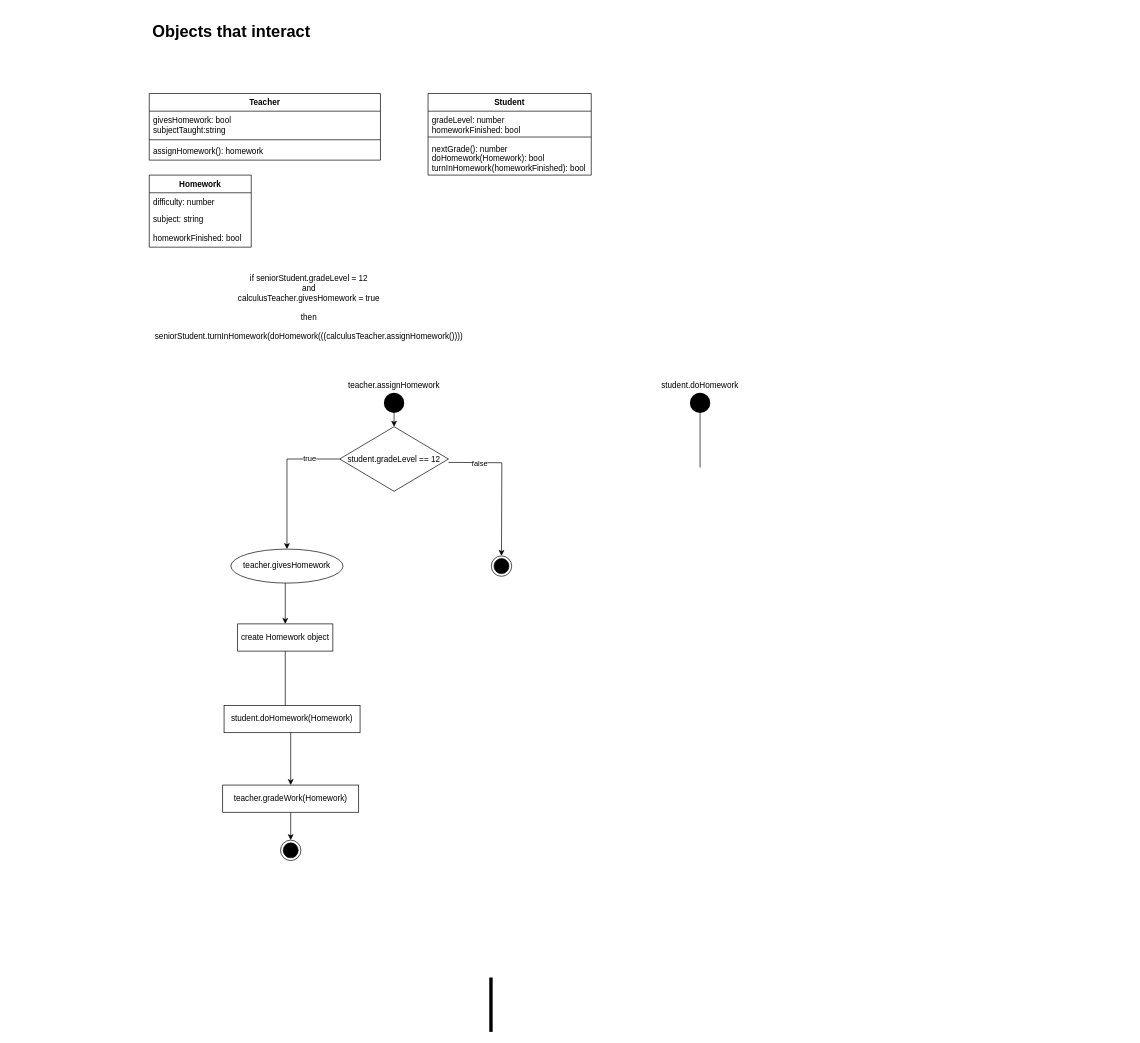
Above: page "Objects that interact" (2 of 2) of CSCS1240Notes.drawio in patrick965/CSCS1240S21 (draw.io), before the change. Source tidied: cells renumbered, new cells numbered last; positions are measured from the earlier drawing's top-left corner, leaving out a move shared by most shapes. Both pictures are drawn from the tidied source at 68%, with x=0, y=0 at pixel (149, 18).
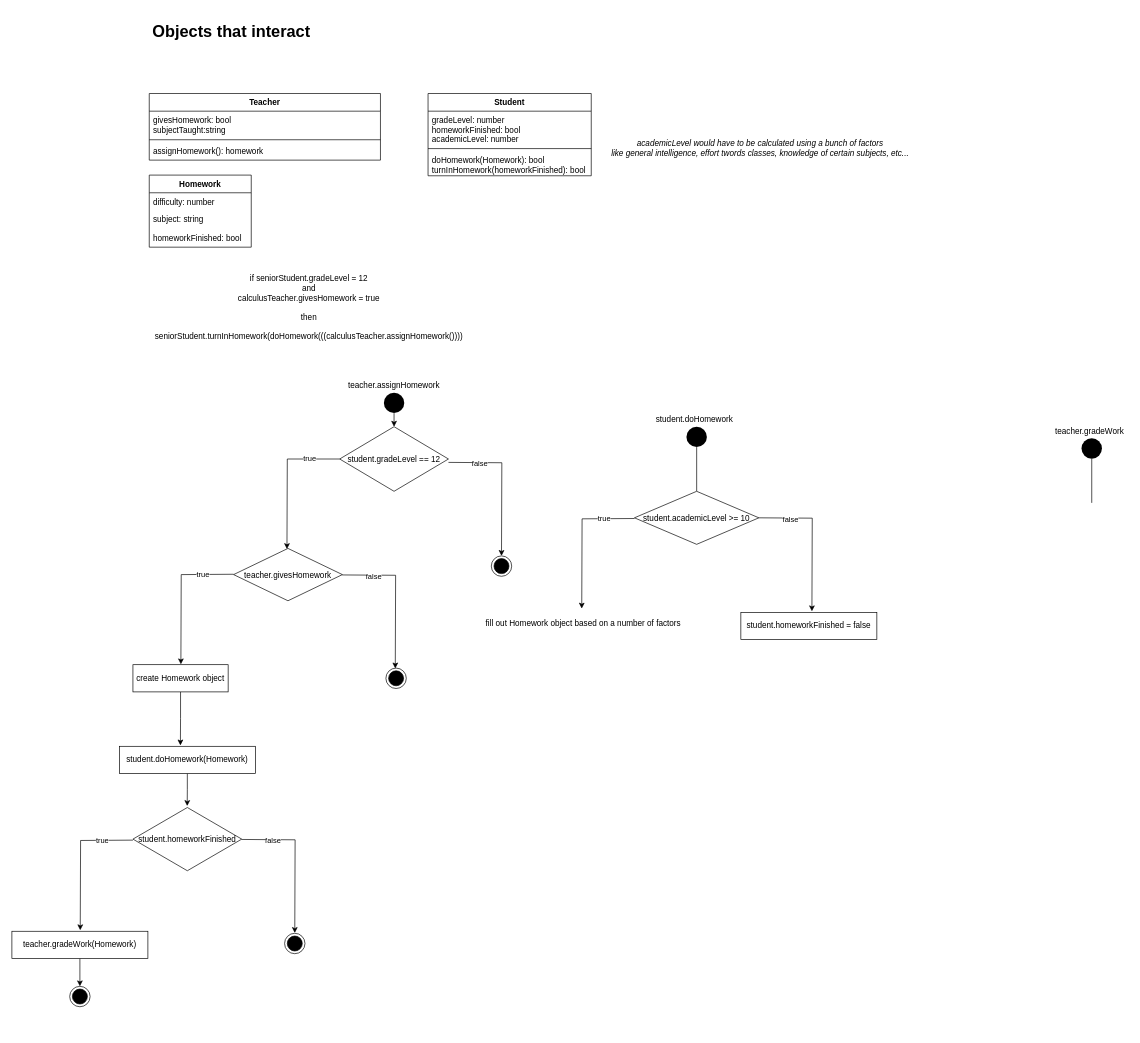
Above is the later version.

The change refers to these unchanged cells:
```xml
<mxCell id="30" value="student.gradeLevel == 12" style="rhombus;sketch=0;fillColor=#FFFFFF;" parent="1" vertex="1">
  <mxGeometry x="280" y="600" width="160" height="95" as="geometry" />
</mxCell>
```

Diff of the diagram source:
```diff
@@
     <mxCell id="7" value="Student" style="swimlane;fontStyle=1;align=center;verticalAlign=top;horizontal=1;startSize=26;" parent="1" vertex="1">
-      <mxGeometry x="410" y="110" width="240" height="120" as="geometry" />
+      <mxGeometry x="410" y="110" width="240" height="121" as="geometry" />
     </mxCell>
-    <mxCell id="8" value="gradeLevel: number&#10;homeworkFinished: bool&#10;" style="text;strokeColor=none;fillColor=none;align=left;verticalAlign=top;spacingLeft=4;spacingRight=4;overflow=hidden;" parent="7" vertex="1">
-      <mxGeometry y="26" width="240" height="34" as="geometry" />
+    <mxCell id="8" value="gradeLevel: number&#10;homeworkFinished: bool&#10;academicLevel: number&#10;&#10;" style="text;strokeColor=none;fillColor=none;align=left;verticalAlign=top;spacingLeft=4;spacingRight=4;overflow=hidden;" parent="7" vertex="1">
+      <mxGeometry y="26" width="240" height="51" as="geometry" />
     </mxCell>
     <mxCell id="9" style="line;strokeWidth=1;fillColor=none;align=left;verticalAlign=middle;spacingTop=-1;spacingLeft=3;spacingRight=3;labelPosition=right;" parent="7" vertex="1">
-      <mxGeometry y="60" width="240" height="8" as="geometry" />
+      <mxGeometry y="77" width="240" height="8" as="geometry" />
     </mxCell>
-    <mxCell id="10" value="nextGrade(): number&#10;doHomework(Homework): bool&#10;turnInHomework(homeworkFinished): bool&#10;" style="text;strokeColor=none;fillColor=none;align=left;verticalAlign=top;spacingLeft=4;spacingRight=4;overflow=hidden;" parent="7" vertex="1">
-      <mxGeometry y="68" width="240" height="52" as="geometry" />
+    <mxCell id="10" value="doHomework(Homework): bool&#10;turnInHomework(homeworkFinished): bool&#10;" style="text;strokeColor=none;fillColor=none;align=left;verticalAlign=top;spacingLeft=4;spacingRight=4;overflow=hidden;" parent="7" vertex="1">
+      <mxGeometry y="85" width="240" height="36" as="geometry" />
     </mxCell>
@@
-    <mxCell id="17" value="teacher.givesHomework" style="ellipse;whiteSpace=wrap;html=1;" parent="1" vertex="1">
-      <mxGeometry x="120" y="780" width="165" height="50" as="geometry" />
-    </mxCell>
-    <mxCell id="18" style="endArrow=classic;html=1;" parent="1" edge="1">
-      <mxGeometry relative="1" as="geometry">
-        <mxPoint x="200" y="830" as="sourcePoint" />
-        <mxPoint x="200" y="890" as="targetPoint" />
-      </mxGeometry>
-    </mxCell>
-    <mxCell id="19" style="edgeStyle=orthogonalEdgeStyle;rounded=0;jettySize=auto;html=1;exitX=0.5;exitY=1;exitDx=0;exitDy=0;entryX=0.5;entryY=0;entryDx=0;entryDy=0;" parent="1" edge="1" source="20" target="24">
-      <mxGeometry relative="1" as="geometry" />
-    </mxCell>
+    <mxCell id="37" style="edgeStyle=orthogonalEdgeStyle;rounded=0;jettySize=auto;html=1;exitX=0.5;exitY=1;exitDx=0;exitDy=0;" parent="1" edge="1" source="20">
+      <mxGeometry relative="1" as="geometry">
+        <mxPoint x="45.8" y="1068.7" as="targetPoint" />
+      </mxGeometry>
+    </mxCell>
     <mxCell id="20" value="create Homework object" style="rounded=0;whiteSpace=wrap;html=1;sketch=0;fillColor=#FFFFFF;" parent="1" vertex="1">
-      <mxGeometry x="130" y="890" width="140" height="40" as="geometry" />
+      <mxGeometry x="-24" y="950" width="140" height="40" as="geometry" />
     </mxCell>
     <mxCell id="21" value="&lt;div&gt;student.doHomework&lt;/div&gt;" style="text;html=1;strokeColor=none;fillColor=none;align=center;verticalAlign=middle;whiteSpace=wrap;rounded=0;" parent="1" vertex="1">
-      <mxGeometry x="790" y="530" width="40" height="20" as="geometry" />
+      <mxGeometry x="746" y="580" width="112" height="20" as="geometry" />
     </mxCell>
     <mxCell id="22" style="endArrow=none;html=1;entryX=0.5;entryY=1;entryDx=0;entryDy=0;" parent="1" edge="1" target="27">
       <mxGeometry relative="1" as="geometry">
-        <mxPoint x="810" y="660" as="sourcePoint" />
+        <mxPoint x="805" y="695" as="sourcePoint" />
       </mxGeometry>
     </mxCell>
@@
     <mxCell id="24" value="teacher.gradeWork(Homework)" style="rounded=0;whiteSpace=wrap;html=1;sketch=0;fillColor=#FFFFFF;" parent="1" vertex="1">
-      <mxGeometry x="108" y="1127" width="200" height="40" as="geometry" />
+      <mxGeometry x="-202" y="1342" width="200" height="40" as="geometry" />
     </mxCell>
@@
     <mxCell id="27" style="ellipse;fillColor=#000000;strokeColor=none;sketch=0;" parent="1" vertex="1">
-      <mxGeometry x="795" y="550" width="30" height="30" as="geometry" />
+      <mxGeometry x="790" y="600" width="30" height="30" as="geometry" />
     </mxCell>
-    <mxCell id="28" style="edgeStyle=orthogonalEdgeStyle;rounded=0;jettySize=auto;html=1;exitX=0;exitY=0.5;exitDx=0;exitDy=0;entryX=0.5;entryY=0;entryDx=0;entryDy=0;" parent="1" edge="1" source="30" target="17">
-      <mxGeometry relative="1" as="geometry" />
+    <mxCell id="28" style="edgeStyle=orthogonalEdgeStyle;rounded=0;jettySize=auto;html=1;exitX=0;exitY=0.5;exitDx=0;exitDy=0;entryX=0.5;entryY=0;entryDx=0;entryDy=0;" parent="1" edge="1" source="30">
+      <mxGeometry relative="1" as="geometry">
+        <mxPoint x="202.5" y="780" as="targetPoint" />
+      </mxGeometry>
     </mxCell>
@@
-    <mxCell id="34" style="html=1;perimeter=orthogonalPerimeter;fillColor=#000000;strokeColor=none;sketch=0;" parent="1" vertex="1">
-      <mxGeometry x="500" y="1410" width="5" height="80" as="geometry" />
-    </mxCell>
+    <mxCell id="38" style="edgeStyle=orthogonalEdgeStyle;rounded=0;jettySize=auto;html=1;exitX=0.5;exitY=1;exitDx=0;exitDy=0;" parent="1" edge="1" source="35">
+      <mxGeometry relative="1" as="geometry">
+        <mxPoint x="55.8" y="1157.8" as="targetPoint" />
+      </mxGeometry>
+    </mxCell>
     <mxCell id="35" value="student.doHomework(Homework)" style="rounded=0;whiteSpace=wrap;html=1;sketch=0;fillColor=#FFFFFF;" parent="1" vertex="1">
-      <mxGeometry x="110" y="1010" width="200" height="40" as="geometry" />
+      <mxGeometry x="-44" y="1070" width="200" height="40" as="geometry" />
     </mxCell>
     <mxCell id="36" style="ellipse;html=1;shape=endState;fillColor=#000000;strokeColor=#000000;sketch=0;" parent="1" vertex="1">
-      <mxGeometry x="193" y="1208" width="30" height="30" as="geometry" />
+      <mxGeometry x="-117" y="1423" width="30" height="30" as="geometry" />
     </mxCell>
+    <mxCell id="17" value="teacher.givesHomework" style="rhombus;sketch=0;fillColor=#FFFFFF;" parent="1" vertex="1">
+      <mxGeometry x="124" y="779" width="160" height="77" as="geometry" />
+    </mxCell>
+    <mxCell id="39" style="edgeStyle=orthogonalEdgeStyle;rounded=0;orthogonalLoop=1;jettySize=auto;html=1;exitX=0;exitY=0.5;exitDx=0;exitDy=0;entryX=0.5;entryY=0;entryDx=0;entryDy=0;" parent="1" edge="1">
+      <mxGeometry relative="1" as="geometry">
+        <mxPoint x="124" y="817" as="sourcePoint" />
+        <mxPoint x="46.5" y="949.5" as="targetPoint" />
+      </mxGeometry>
+    </mxCell>
+    <mxCell id="40" value="true" style="edgeLabel;html=1;align=center;verticalAlign=middle;" parent="39" vertex="1">
+      <mxGeometry x="-0.57" y="-1" relative="1" as="geometry" />
+    </mxCell>
+    <mxCell id="41" style="edgeStyle=orthogonalEdgeStyle;rounded=0;orthogonalLoop=1;jettySize=auto;html=1;exitX=0;exitY=0.5;exitDx=0;exitDy=0;" parent="1" edge="1">
+      <mxGeometry relative="1" as="geometry">
+        <mxPoint x="283.8" y="818" as="sourcePoint" />
+        <mxPoint x="361.8" y="955.5" as="targetPoint" />
+      </mxGeometry>
+    </mxCell>
+    <mxCell id="42" value="false" style="edgeLabel;html=1;align=center;verticalAlign=middle;" parent="41" vertex="1">
+      <mxGeometry x="-0.57" y="-1" relative="1" as="geometry" />
+    </mxCell>
+    <mxCell id="43" style="ellipse;html=1;shape=endState;fillColor=#000000;strokeColor=#000000;sketch=0;" parent="1" vertex="1">
+      <mxGeometry x="348" y="955" width="30" height="30" as="geometry" />
+    </mxCell>
+    <mxCell id="44" value="student.homeworkFinished" style="rhombus;sketch=0;fillColor=#FFFFFF;" parent="1" vertex="1">
+      <mxGeometry x="-24" y="1160" width="160" height="93" as="geometry" />
+    </mxCell>
+    <mxCell id="45" style="edgeStyle=orthogonalEdgeStyle;rounded=0;orthogonalLoop=1;jettySize=auto;html=1;exitX=0;exitY=0.5;exitDx=0;exitDy=0;entryX=0.5;entryY=0;entryDx=0;entryDy=0;" parent="1" edge="1">
+      <mxGeometry relative="1" as="geometry">
+        <mxPoint x="-24" y="1208" as="sourcePoint" />
+        <mxPoint x="-101.5" y="1340.5" as="targetPoint" />
+      </mxGeometry>
+    </mxCell>
+    <mxCell id="46" value="true" style="edgeLabel;html=1;align=center;verticalAlign=middle;" parent="45" vertex="1">
+      <mxGeometry x="-0.57" y="-1" relative="1" as="geometry" />
+    </mxCell>
+    <mxCell id="47" style="edgeStyle=orthogonalEdgeStyle;rounded=0;orthogonalLoop=1;jettySize=auto;html=1;exitX=0;exitY=0.5;exitDx=0;exitDy=0;" parent="1" edge="1">
+      <mxGeometry relative="1" as="geometry">
+        <mxPoint x="136" y="1207" as="sourcePoint" />
+        <mxPoint x="214" y="1344.5" as="targetPoint" />
+      </mxGeometry>
+    </mxCell>
+    <mxCell id="48" value="false" style="edgeLabel;html=1;align=center;verticalAlign=middle;" parent="47" vertex="1">
+      <mxGeometry x="-0.57" y="-1" relative="1" as="geometry" />
+    </mxCell>
+    <mxCell id="49" style="ellipse;html=1;shape=endState;fillColor=#000000;strokeColor=#000000;sketch=0;" parent="1" vertex="1">
+      <mxGeometry x="199" y="1345" width="30" height="30" as="geometry" />
+    </mxCell>
+    <mxCell id="50" value="teacher.gradeWork" style="text;html=1;strokeColor=none;fillColor=none;align=center;verticalAlign=middle;whiteSpace=wrap;rounded=0;" parent="1" vertex="1">
+      <mxGeometry x="1327" y="597" width="112" height="20" as="geometry" />
+    </mxCell>
+    <mxCell id="51" style="endArrow=none;html=1;entryX=0.5;entryY=1;entryDx=0;entryDy=0;" parent="1" edge="1" target="52">
+      <mxGeometry relative="1" as="geometry">
+        <mxPoint x="1386" y="712" as="sourcePoint" />
+      </mxGeometry>
+    </mxCell>
+    <mxCell id="52" style="ellipse;fillColor=#000000;strokeColor=none;sketch=0;" parent="1" vertex="1">
+      <mxGeometry x="1371" y="617" width="30" height="30" as="geometry" />
+    </mxCell>
+    <mxCell id="53" value="student.academicLevel &gt;= 10" style="rhombus;sketch=0;fillColor=#FFFFFF;" parent="1" vertex="1">
+      <mxGeometry x="713.5" y="695" width="183" height="78" as="geometry" />
+    </mxCell>
+    <mxCell id="54" style="edgeStyle=orthogonalEdgeStyle;rounded=0;orthogonalLoop=1;jettySize=auto;html=1;exitX=0;exitY=0.5;exitDx=0;exitDy=0;entryX=0.5;entryY=0;entryDx=0;entryDy=0;" parent="1" edge="1">
+      <mxGeometry relative="1" as="geometry">
+        <mxPoint x="713.5" y="735" as="sourcePoint" />
+        <mxPoint x="636" y="867.5" as="targetPoint" />
+      </mxGeometry>
+    </mxCell>
+    <mxCell id="55" value="true" style="edgeLabel;html=1;align=center;verticalAlign=middle;" parent="54" vertex="1">
+      <mxGeometry x="-0.57" y="-1" relative="1" as="geometry" />
+    </mxCell>
+    <mxCell id="56" style="edgeStyle=orthogonalEdgeStyle;rounded=0;orthogonalLoop=1;jettySize=auto;html=1;exitX=0;exitY=0.5;exitDx=0;exitDy=0;" parent="1" edge="1">
+      <mxGeometry relative="1" as="geometry">
+        <mxPoint x="896.5" y="734" as="sourcePoint" />
+        <mxPoint x="974.5" y="871.5" as="targetPoint" />
+      </mxGeometry>
+    </mxCell>
+    <mxCell id="57" value="false" style="edgeLabel;html=1;align=center;verticalAlign=middle;" parent="56" vertex="1">
+      <mxGeometry x="-0.57" y="-1" relative="1" as="geometry" />
+    </mxCell>
+    <mxCell id="58" value="student.homeworkFinished = false" style="rounded=0;whiteSpace=wrap;html=1;sketch=0;fillColor=#FFFFFF;" parent="1" vertex="1">
+      <mxGeometry x="870" y="873" width="200" height="40" as="geometry" />
+    </mxCell>
+    <mxCell id="59" value="&lt;div&gt;&lt;i&gt;academicLevel would have to be calculated using a bunch of factors&lt;/i&gt;&lt;/div&gt;&lt;div&gt;&lt;i&gt;like general intelligence, effort twords classes, knowledge of certain subjects, etc...&lt;br&gt;&lt;/i&gt;&lt;/div&gt;" style="text;html=1;align=center;verticalAlign=middle;" parent="1" vertex="1">
+      <mxGeometry x="670" y="174" width="455" height="32" as="geometry" />
+    </mxCell>
+    <mxCell id="60" value="fill out Homework object based on a number of factors" style="text;html=1;align=center;verticalAlign=middle;" parent="1" vertex="1">
+      <mxGeometry x="485" y="881" width="305" height="18" as="geometry" />
+    </mxCell>
```
